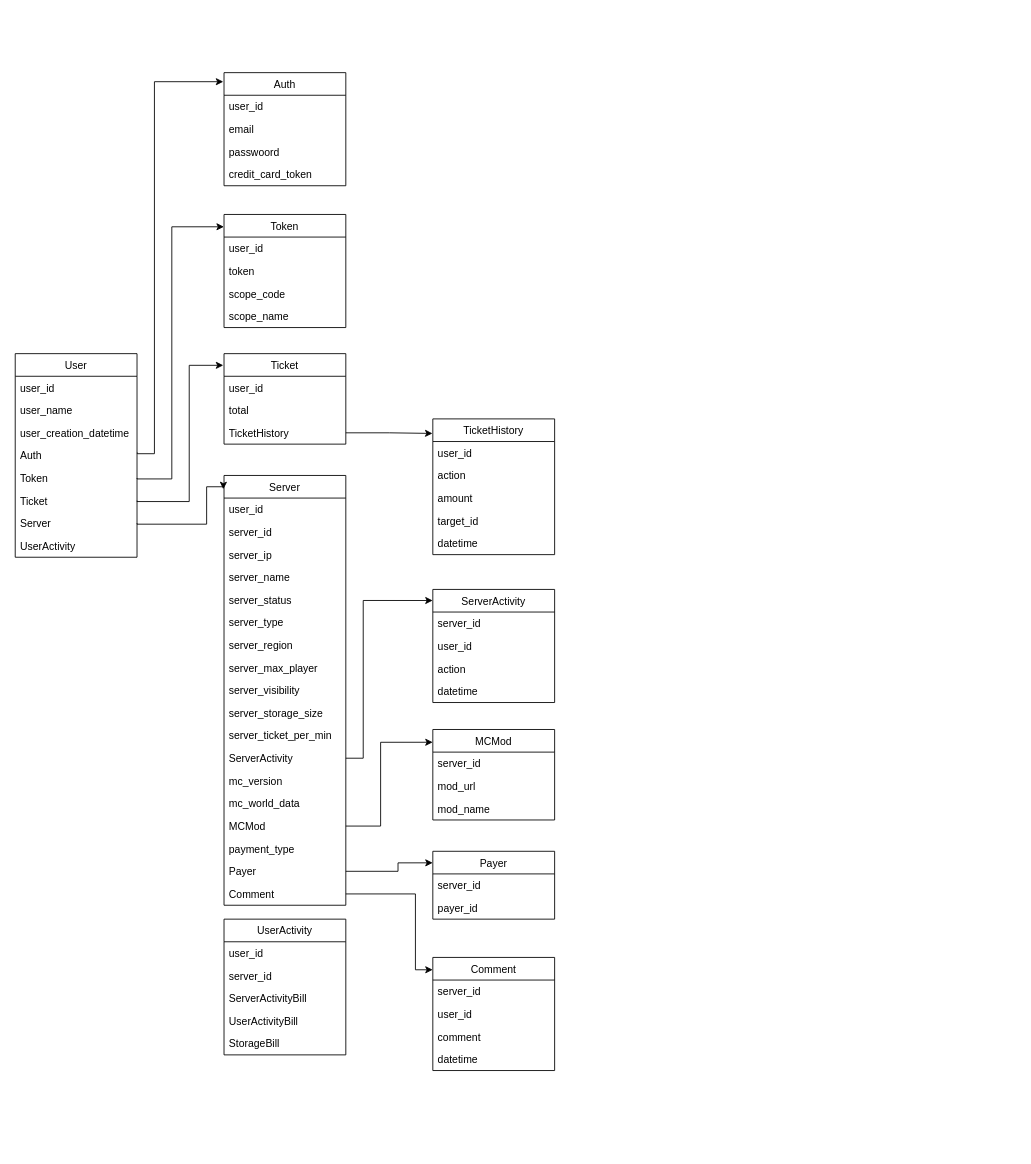
tforce7171/MicraPPU-Planning keeps this draw.io diagram as page "database" (1 of 2) of micrappu.drawio. Above is the earlier version. Source tidied: cells renumbered, new cells numbered last; positions are measured from the earlier drawing's top-left corner, leaving out a move shared by most shapes. Both pictures are drawn from the tidied source at 87%, with x=0, y=0 at pixel (15, 72).
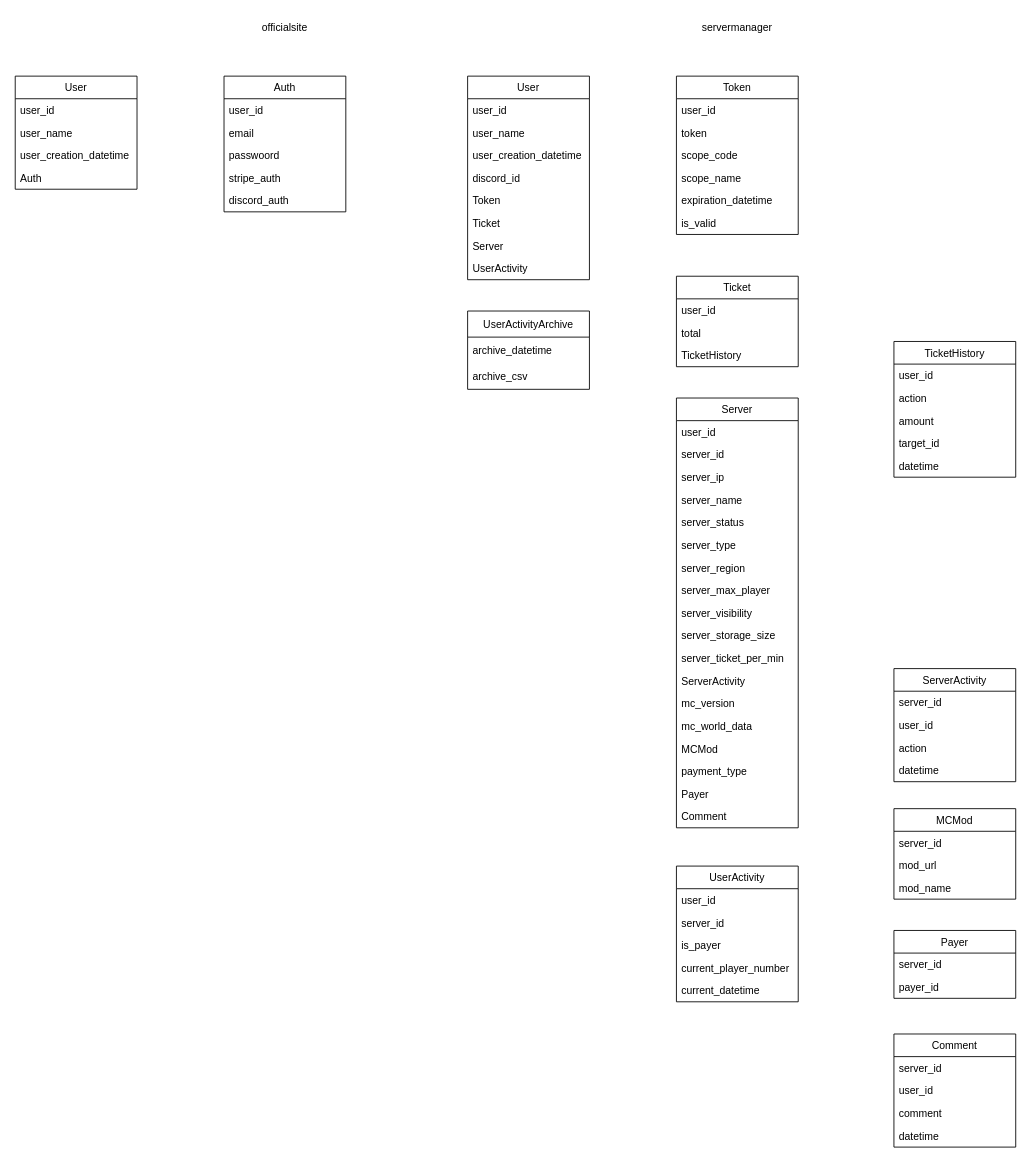
Above is the later version.

Unchanged cells that the change refers to:
```xml
<mxCell id="6" value="Auth" style="text;strokeColor=none;fillColor=none;align=left;verticalAlign=top;spacingLeft=4;spacingRight=4;overflow=hidden;points=[[0,0.5],[1,0.5]];portConstraint=eastwest;" parent="2" vertex="1">
  <mxGeometry y="104" width="140" height="26" as="geometry" />
</mxCell>
<mxCell id="24" value="TicketHistory" style="text;strokeColor=none;fillColor=none;align=left;verticalAlign=top;spacingLeft=4;spacingRight=4;overflow=hidden;points=[[0,0.5],[1,0.5]];portConstraint=eastwest;" parent="21" vertex="1">
  <mxGeometry y="78" width="140" height="26" as="geometry" />
</mxCell>
<mxCell id="44" value="ServerActivity" style="text;strokeColor=none;fillColor=none;align=left;verticalAlign=top;spacingLeft=4;spacingRight=4;overflow=hidden;points=[[0,0.5],[1,0.5]];portConstraint=eastwest;" parent="32" vertex="1">
  <mxGeometry y="312" width="140" height="26" as="geometry" />
</mxCell>
<mxCell id="47" value="MCMod" style="text;strokeColor=none;fillColor=none;align=left;verticalAlign=top;spacingLeft=4;spacingRight=4;overflow=hidden;points=[[0,0.5],[1,0.5]];portConstraint=eastwest;" parent="32" vertex="1">
  <mxGeometry y="390" width="140" height="26" as="geometry" />
</mxCell>
<mxCell id="49" value="Payer" style="text;strokeColor=none;fillColor=none;align=left;verticalAlign=top;spacingLeft=4;spacingRight=4;overflow=hidden;points=[[0,0.5],[1,0.5]];portConstraint=eastwest;" parent="32" vertex="1">
  <mxGeometry y="442" width="140" height="26" as="geometry" />
</mxCell>
<mxCell id="50" value="Comment" style="text;strokeColor=none;fillColor=none;align=left;verticalAlign=top;spacingLeft=4;spacingRight=4;overflow=hidden;points=[[0,0.5],[1,0.5]];portConstraint=eastwest;" parent="32" vertex="1">
  <mxGeometry y="468" width="140" height="26" as="geometry" />
</mxCell>
```

Change to the diagram source:
```diff
@@
     <mxCell id="2" value="User" style="swimlane;fontStyle=0;horizontal=1;startSize=26;fillColor=#ffffff;gradientColor=none;" parent="1" vertex="1">
-      <mxGeometry y="323" width="140" height="234" as="geometry" />
+      <mxGeometry y="4" width="140" height="130" as="geometry" />
     </mxCell>
@@
-    <mxCell id="7" value="Token" style="text;strokeColor=none;fillColor=none;align=left;verticalAlign=top;spacingLeft=4;spacingRight=4;overflow=hidden;points=[[0,0.5],[1,0.5]];portConstraint=eastwest;" parent="2" vertex="1">
-      <mxGeometry y="130" width="140" height="26" as="geometry" />
-    </mxCell>
-    <mxCell id="8" value="Ticket" style="text;strokeColor=none;fillColor=none;align=left;verticalAlign=top;spacingLeft=4;spacingRight=4;overflow=hidden;points=[[0,0.5],[1,0.5]];portConstraint=eastwest;" parent="2" vertex="1">
-      <mxGeometry y="156" width="140" height="26" as="geometry" />
-    </mxCell>
-    <mxCell id="9" value="Server" style="text;strokeColor=none;fillColor=none;align=left;verticalAlign=top;spacingLeft=4;spacingRight=4;overflow=hidden;points=[[0,0.5],[1,0.5]];portConstraint=eastwest;" parent="2" vertex="1">
-      <mxGeometry y="182" width="140" height="26" as="geometry" />
-    </mxCell>
-    <mxCell id="10" value="UserActivity" style="text;strokeColor=none;fillColor=none;align=left;verticalAlign=top;spacingLeft=4;spacingRight=4;overflow=hidden;" parent="2" vertex="1">
-      <mxGeometry y="208" width="140" height="26" as="geometry" />
-    </mxCell>
     <mxCell id="11" value="Auth" style="swimlane;fontStyle=0;horizontal=1;startSize=26;fillColor=#ffffff;gradientColor=none;" parent="1" vertex="1">
-      <mxGeometry x="240" width="140" height="130" as="geometry" />
+      <mxGeometry x="240" y="4" width="140" height="156" as="geometry" />
     </mxCell>
@@
-    <mxCell id="15" value="credit_card_token" style="text;strokeColor=none;fillColor=none;align=left;verticalAlign=top;spacingLeft=4;spacingRight=4;overflow=hidden;" parent="11" vertex="1">
+    <mxCell id="15" value="stripe_auth" style="text;strokeColor=none;fillColor=none;align=left;verticalAlign=top;spacingLeft=4;spacingRight=4;overflow=hidden;" parent="11" vertex="1">
       <mxGeometry y="104" width="140" height="26" as="geometry" />
     </mxCell>
+    <mxCell id="82" value="discord_auth" style="text;strokeColor=none;fillColor=none;align=left;verticalAlign=top;spacingLeft=4;spacingRight=4;overflow=hidden;" parent="11" vertex="1">
+      <mxGeometry y="130" width="140" height="26" as="geometry" />
+    </mxCell>
     <mxCell id="16" value="Token" style="swimlane;fontStyle=0;horizontal=1;startSize=26;fillColor=#ffffff;gradientColor=none;" parent="1" vertex="1">
-      <mxGeometry x="240" y="163" width="140" height="130" as="geometry" />
+      <mxGeometry x="760" y="4" width="140" height="182" as="geometry" />
     </mxCell>
@@
+    <mxCell id="83" value="expiration_datetime" style="text;strokeColor=none;fillColor=none;align=left;verticalAlign=top;spacingLeft=4;spacingRight=4;overflow=hidden;" parent="16" vertex="1">
+      <mxGeometry y="130" width="140" height="26" as="geometry" />
+    </mxCell>
+    <mxCell id="84" value="is_valid" style="text;strokeColor=none;fillColor=none;align=left;verticalAlign=top;spacingLeft=4;spacingRight=4;overflow=hidden;" parent="16" vertex="1">
+      <mxGeometry y="156" width="140" height="26" as="geometry" />
+    </mxCell>
     <mxCell id="21" value="Ticket" style="swimlane;fontStyle=0;horizontal=1;startSize=26;fillColor=#ffffff;gradientColor=none;" parent="1" vertex="1">
-      <mxGeometry x="240" y="323" width="140" height="104" as="geometry" />
+      <mxGeometry x="760" y="234" width="140" height="104" as="geometry" />
     </mxCell>
@@
     <mxCell id="25" value="TicketHistory" style="swimlane;fontStyle=0;horizontal=1;startSize=26;fillColor=#ffffff;gradientColor=none;" parent="1" vertex="1">
-      <mxGeometry x="480" y="398" width="140" height="156" as="geometry" />
+      <mxGeometry x="1010" y="309" width="140" height="156" as="geometry" />
     </mxCell>
@@
-    <mxCell id="31" style="edgeStyle=orthogonalEdgeStyle;rounded=0;jettySize=auto;html=1;exitX=1;exitY=0.5;exitDx=0;exitDy=0;entryX=-0.003;entryY=0.107;entryDx=0;entryDy=0;entryPerimeter=0;" parent="1" edge="1" source="24" target="25">
-      <mxGeometry relative="1" as="geometry" />
-    </mxCell>
     <mxCell id="32" value="Server" style="swimlane;fontStyle=0;horizontal=1;startSize=26;fillColor=#ffffff;gradientColor=none;" parent="1" vertex="1">
-      <mxGeometry x="240" y="463" width="140" height="494" as="geometry" />
+      <mxGeometry x="760" y="374" width="140" height="494" as="geometry" />
     </mxCell>
@@
     <mxCell id="51" value="MCMod" style="swimlane;fontStyle=0;horizontal=1;startSize=26;fillColor=#ffffff;gradientColor=none;" parent="1" vertex="1">
-      <mxGeometry x="480" y="755" width="140" height="104" as="geometry" />
+      <mxGeometry x="1010" y="846" width="140" height="104" as="geometry" />
     </mxCell>
@@
     <mxCell id="55" value="Payer" style="swimlane;fontStyle=0;horizontal=1;startSize=26;fillColor=#ffffff;gradientColor=none;" parent="1" vertex="1">
-      <mxGeometry x="480" y="895" width="140" height="78" as="geometry" />
+      <mxGeometry x="1010" y="986" width="140" height="78" as="geometry" />
     </mxCell>
@@
-    <mxCell id="58" style="edgeStyle=orthogonalEdgeStyle;rounded=0;jettySize=auto;html=1;entryX=-0.006;entryY=0.08;entryDx=0;entryDy=0;entryPerimeter=0;exitX=1.003;exitY=0.374;exitDx=0;exitDy=0;exitPerimeter=0;" parent="1" edge="1" source="6" target="11">
-      <mxGeometry relative="1" as="geometry">
-        <Array as="points">
-          <mxPoint x="160" y="438" />
-          <mxPoint x="160" y="10" />
-        </Array>
-      </mxGeometry>
-    </mxCell>
-    <mxCell id="59" style="edgeStyle=orthogonalEdgeStyle;rounded=0;jettySize=auto;html=1;entryX=-0.001;entryY=0.109;entryDx=0;entryDy=0;entryPerimeter=0;exitX=1;exitY=0.5;exitDx=0;exitDy=0;" parent="1" edge="1" source="7" target="16">
-      <mxGeometry relative="1" as="geometry">
-        <Array as="points">
-          <mxPoint x="180" y="467" />
-          <mxPoint x="180" y="177" />
-        </Array>
-      </mxGeometry>
-    </mxCell>
-    <mxCell id="60" style="edgeStyle=orthogonalEdgeStyle;rounded=0;jettySize=auto;html=1;entryX=-0.006;entryY=0.129;entryDx=0;entryDy=0;entryPerimeter=0;exitX=1;exitY=0.5;exitDx=0;exitDy=0;" parent="1" edge="1" source="8" target="21">
-      <mxGeometry relative="1" as="geometry">
-        <Array as="points">
-          <mxPoint x="200" y="493" />
-          <mxPoint x="200" y="336" />
-        </Array>
-      </mxGeometry>
-    </mxCell>
-    <mxCell id="61" style="edgeStyle=orthogonalEdgeStyle;rounded=0;jettySize=auto;html=1;entryX=-0.006;entryY=0.032;entryDx=0;entryDy=0;entryPerimeter=0;exitX=1;exitY=0.5;exitDx=0;exitDy=0;" parent="1" edge="1" source="9" target="32">
-      <mxGeometry relative="1" as="geometry">
-        <Array as="points">
-          <mxPoint x="220" y="519" />
-          <mxPoint x="220" y="476" />
-          <mxPoint x="239" y="476" />
-        </Array>
-      </mxGeometry>
-    </mxCell>
     <mxCell id="62" value="Comment" style="swimlane;fontStyle=0;horizontal=1;startSize=26;fillColor=#ffffff;gradientColor=none;" parent="1" vertex="1">
-      <mxGeometry x="480" y="1017" width="140" height="130" as="geometry" />
+      <mxGeometry x="1010" y="1105" width="140" height="130" as="geometry" />
     </mxCell>
@@
-    <mxCell id="67" value="UserActivity" style="swimlane;fontStyle=0;horizontal=1;startSize=26;fillColor=#ffffff;gradientColor=none;" parent="1" vertex="1">
-      <mxGeometry x="240" y="973" width="140" height="156" as="geometry" />
-    </mxCell>
-    <mxCell id="68" value="user_id" style="text;strokeColor=none;fillColor=none;align=left;verticalAlign=top;spacingLeft=4;spacingRight=4;overflow=hidden;" parent="67" vertex="1">
-      <mxGeometry y="26" width="140" height="26" as="geometry" />
-    </mxCell>
-    <mxCell id="69" value="server_id" style="text;strokeColor=none;fillColor=none;align=left;verticalAlign=top;spacingLeft=4;spacingRight=4;overflow=hidden;" parent="67" vertex="1">
-      <mxGeometry y="52" width="140" height="26" as="geometry" />
-    </mxCell>
-    <mxCell id="70" value="ServerActivityBill" style="text;strokeColor=none;fillColor=none;align=left;verticalAlign=top;spacingLeft=4;spacingRight=4;overflow=hidden;" parent="67" vertex="1">
-      <mxGeometry y="78" width="140" height="26" as="geometry" />
-    </mxCell>
-    <mxCell id="71" value="UserActivityBill" style="text;strokeColor=none;fillColor=none;align=left;verticalAlign=top;spacingLeft=4;spacingRight=4;overflow=hidden;" parent="67" vertex="1">
-      <mxGeometry y="104" width="140" height="26" as="geometry" />
-    </mxCell>
-    <mxCell id="72" value="StorageBill" style="text;strokeColor=none;fillColor=none;align=left;verticalAlign=top;spacingLeft=4;spacingRight=4;overflow=hidden;" parent="67" vertex="1">
-      <mxGeometry y="130" width="140" height="26" as="geometry" />
-    </mxCell>
     <mxCell id="73" value="ServerActivity" style="swimlane;fontStyle=0;horizontal=1;startSize=26;fillColor=#ffffff;gradientColor=none;" parent="1" vertex="1">
-      <mxGeometry x="480" y="594" width="140" height="130" as="geometry" />
+      <mxGeometry x="1010" y="685" width="140" height="130" as="geometry" />
     </mxCell>
@@
-    <mxCell id="78" style="edgeStyle=orthogonalEdgeStyle;rounded=0;jettySize=auto;html=1;entryX=-0.001;entryY=0.098;entryDx=0;entryDy=0;entryPerimeter=0;" parent="1" edge="1" source="44" target="73">
-      <mxGeometry relative="1" as="geometry">
-        <Array as="points">
-          <mxPoint x="400" y="788" />
-          <mxPoint x="400" y="607" />
-        </Array>
-      </mxGeometry>
-    </mxCell>
-    <mxCell id="79" style="edgeStyle=orthogonalEdgeStyle;rounded=0;jettySize=auto;html=1;entryX=-0.001;entryY=0.141;entryDx=0;entryDy=0;entryPerimeter=0;" parent="1" edge="1" source="47" target="51">
-      <mxGeometry relative="1" as="geometry">
-        <Array as="points">
-          <mxPoint x="420" y="866" />
-          <mxPoint x="420" y="770" />
-        </Array>
-      </mxGeometry>
-    </mxCell>
-    <mxCell id="80" style="edgeStyle=orthogonalEdgeStyle;rounded=0;jettySize=auto;html=1;entryX=-0.001;entryY=0.17;entryDx=0;entryDy=0;entryPerimeter=0;" parent="1" edge="1" source="49" target="55">
-      <mxGeometry relative="1" as="geometry">
-        <Array as="points">
-          <mxPoint x="440" y="918" />
-          <mxPoint x="440" y="908" />
-        </Array>
-      </mxGeometry>
-    </mxCell>
-    <mxCell id="81" style="edgeStyle=orthogonalEdgeStyle;rounded=0;jettySize=auto;html=1;entryX=-0.001;entryY=0.109;entryDx=0;entryDy=0;entryPerimeter=0;" parent="1" edge="1" source="50" target="62">
-      <mxGeometry relative="1" as="geometry">
-        <Array as="points">
-          <mxPoint x="460" y="944" />
-          <mxPoint x="460" y="1031" />
-        </Array>
-      </mxGeometry>
-    </mxCell>
+    <mxCell id="85" value="officialsite" style="text;html=1;strokeColor=none;fillColor=none;align=center;verticalAlign=middle;whiteSpace=wrap;rounded=0;" parent="1" vertex="1">
+      <mxGeometry x="280" y="-66" width="60" height="30" as="geometry" />
+    </mxCell>
+    <mxCell id="86" value="servermanager" style="text;html=1;strokeColor=none;fillColor=none;align=center;verticalAlign=middle;whiteSpace=wrap;rounded=0;" parent="1" vertex="1">
+      <mxGeometry x="800" y="-66" width="60" height="30" as="geometry" />
+    </mxCell>
+    <mxCell id="67" value="UserActivity" style="swimlane;fontStyle=0;horizontal=1;startSize=26;fillColor=#ffffff;gradientColor=none;" parent="1" vertex="1">
+      <mxGeometry x="760" y="912" width="140" height="156" as="geometry" />
+    </mxCell>
+    <mxCell id="87" value="user_id" style="text;strokeColor=none;fillColor=none;align=left;verticalAlign=top;spacingLeft=4;spacingRight=4;overflow=hidden;" parent="67" vertex="1">
+      <mxGeometry y="26" width="140" height="26" as="geometry" />
+    </mxCell>
+    <mxCell id="69" value="server_id" style="text;strokeColor=none;fillColor=none;align=left;verticalAlign=top;spacingLeft=4;spacingRight=4;overflow=hidden;" parent="67" vertex="1">
+      <mxGeometry y="52" width="140" height="26" as="geometry" />
+    </mxCell>
+    <mxCell id="88" value="is_payer" style="text;strokeColor=none;fillColor=none;align=left;verticalAlign=top;spacingLeft=4;spacingRight=4;overflow=hidden;" parent="67" vertex="1">
+      <mxGeometry y="78" width="140" height="26" as="geometry" />
+    </mxCell>
+    <mxCell id="89" value="current_player_number" style="text;strokeColor=none;fillColor=none;align=left;verticalAlign=top;spacingLeft=4;spacingRight=4;overflow=hidden;" parent="67" vertex="1">
+      <mxGeometry y="104" width="140" height="26" as="geometry" />
+    </mxCell>
+    <mxCell id="90" value="current_datetime" style="text;strokeColor=none;fillColor=none;align=left;verticalAlign=top;spacingLeft=4;spacingRight=4;overflow=hidden;" parent="67" vertex="1">
+      <mxGeometry y="130" width="140" height="26" as="geometry" />
+    </mxCell>
+    <mxCell id="91" value="UserActivityArchive" style="swimlane;fontStyle=0;horizontal=1;startSize=30;fillColor=none;" parent="1" vertex="1">
+      <mxGeometry x="520" y="274" width="140" height="90" as="geometry" />
+    </mxCell>
+    <mxCell id="92" value="archive_datetime" style="text;strokeColor=none;fillColor=none;align=left;verticalAlign=middle;spacingLeft=4;spacingRight=4;overflow=hidden;" parent="91" vertex="1">
+      <mxGeometry y="30" width="140" height="30" as="geometry" />
+    </mxCell>
+    <mxCell id="93" value="archive_csv" style="text;strokeColor=none;fillColor=none;align=left;verticalAlign=middle;spacingLeft=4;spacingRight=4;overflow=hidden;" parent="91" vertex="1">
+      <mxGeometry y="60" width="140" height="30" as="geometry" />
+    </mxCell>
+    <mxCell id="94" value="User" style="swimlane;fontStyle=0;horizontal=1;startSize=26;fillColor=#ffffff;gradientColor=none;" parent="1" vertex="1">
+      <mxGeometry x="520" y="4" width="140" height="234" as="geometry" />
+    </mxCell>
+    <mxCell id="95" value="user_id" style="text;strokeColor=none;fillColor=none;align=left;verticalAlign=top;spacingLeft=4;spacingRight=4;overflow=hidden;" parent="94" vertex="1">
+      <mxGeometry y="26" width="140" height="26" as="geometry" />
+    </mxCell>
+    <mxCell id="96" value="user_name" style="text;strokeColor=none;fillColor=none;align=left;verticalAlign=top;spacingLeft=4;spacingRight=4;overflow=hidden;" parent="94" vertex="1">
+      <mxGeometry y="52" width="140" height="26" as="geometry" />
+    </mxCell>
+    <mxCell id="97" value="user_creation_datetime" style="text;strokeColor=none;fillColor=none;align=left;verticalAlign=top;spacingLeft=4;spacingRight=4;overflow=hidden;" parent="94" vertex="1">
+      <mxGeometry y="78" width="140" height="26" as="geometry" />
+    </mxCell>
+    <mxCell id="98" value="discord_id" style="text;strokeColor=none;fillColor=none;align=left;verticalAlign=top;spacingLeft=4;spacingRight=4;overflow=hidden;" parent="94" vertex="1">
+      <mxGeometry y="104" width="140" height="26" as="geometry" />
+    </mxCell>
+    <mxCell id="7" value="Token" style="text;strokeColor=none;fillColor=none;align=left;verticalAlign=top;spacingLeft=4;spacingRight=4;overflow=hidden;points=[[0,0.5],[1,0.5]];portConstraint=eastwest;" parent="94" vertex="1">
+      <mxGeometry y="130" width="140" height="26" as="geometry" />
+    </mxCell>
+    <mxCell id="8" value="Ticket" style="text;strokeColor=none;fillColor=none;align=left;verticalAlign=top;spacingLeft=4;spacingRight=4;overflow=hidden;points=[[0,0.5],[1,0.5]];portConstraint=eastwest;" parent="94" vertex="1">
+      <mxGeometry y="156" width="140" height="26" as="geometry" />
+    </mxCell>
+    <mxCell id="9" value="Server" style="text;strokeColor=none;fillColor=none;align=left;verticalAlign=top;spacingLeft=4;spacingRight=4;overflow=hidden;points=[[0,0.5],[1,0.5]];portConstraint=eastwest;" parent="94" vertex="1">
+      <mxGeometry y="182" width="140" height="26" as="geometry" />
+    </mxCell>
+    <mxCell id="10" value="UserActivity" style="text;strokeColor=none;fillColor=none;align=left;verticalAlign=top;spacingLeft=4;spacingRight=4;overflow=hidden;" parent="94" vertex="1">
+      <mxGeometry y="208" width="140" height="26" as="geometry" />
+    </mxCell>
```
